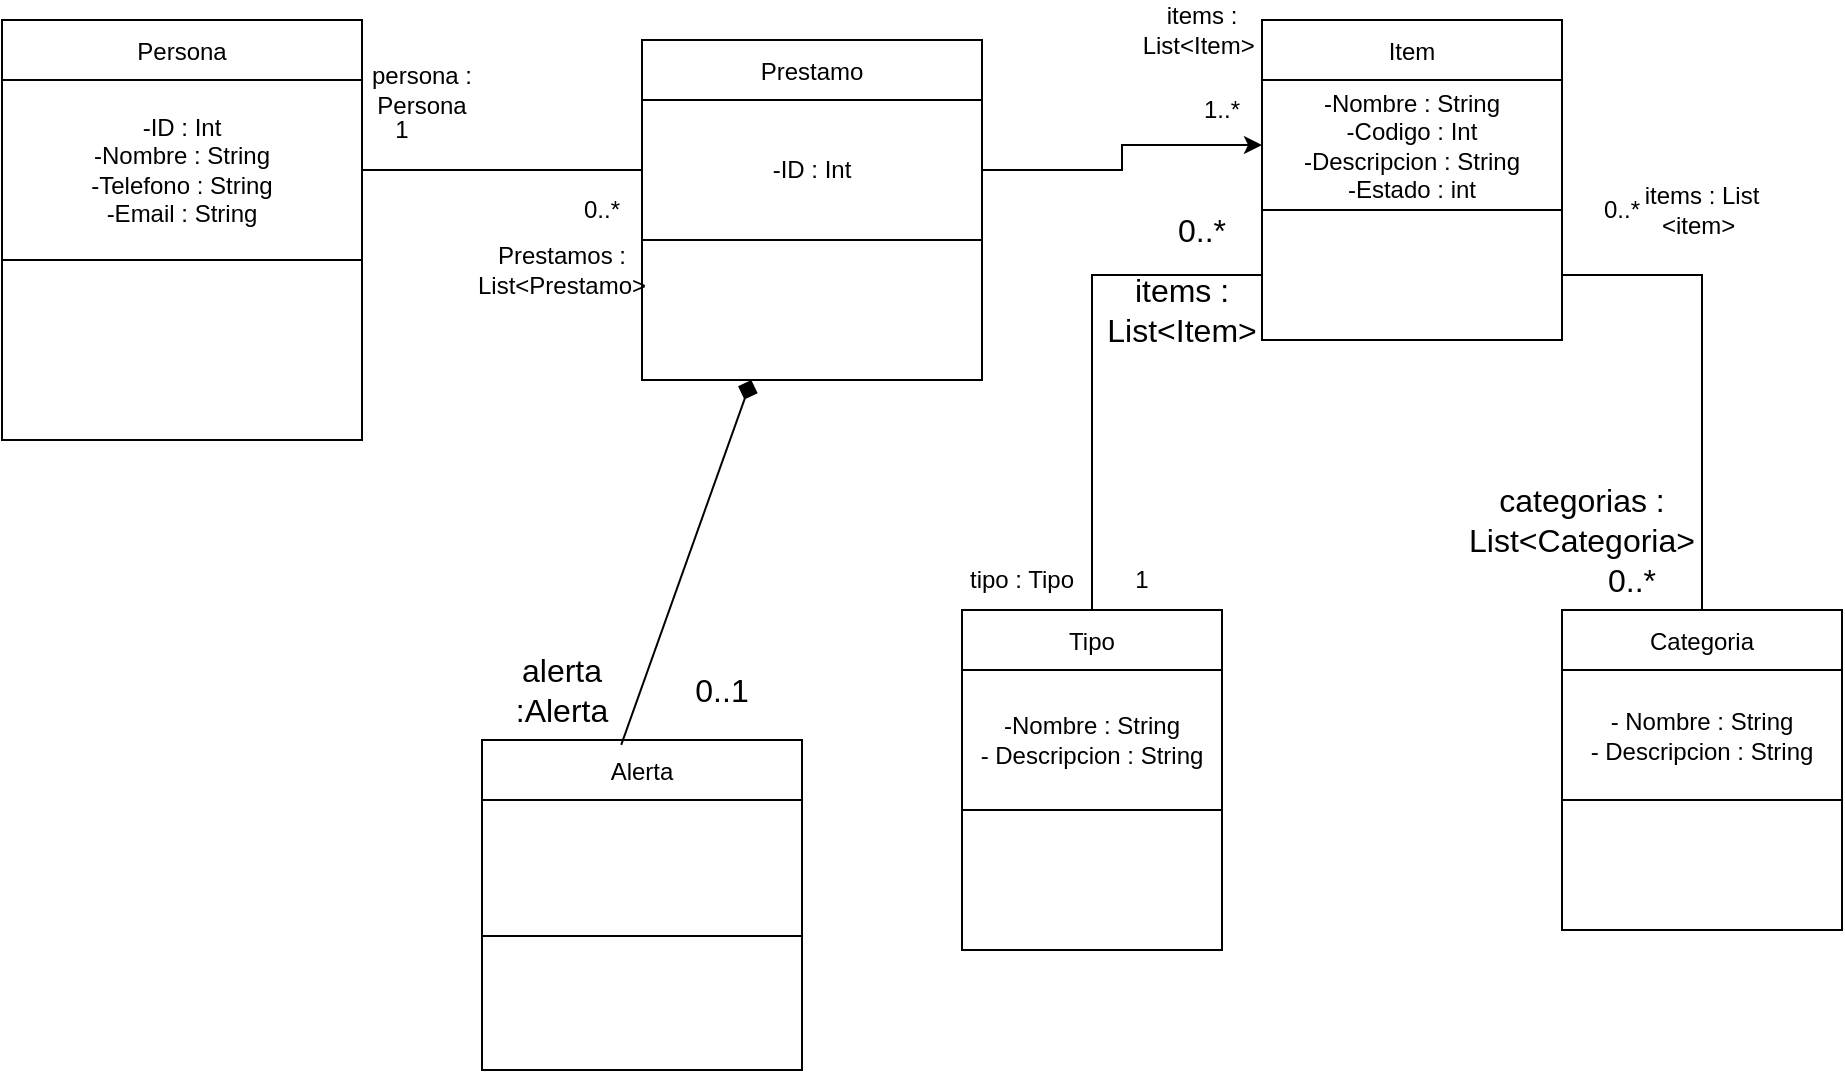
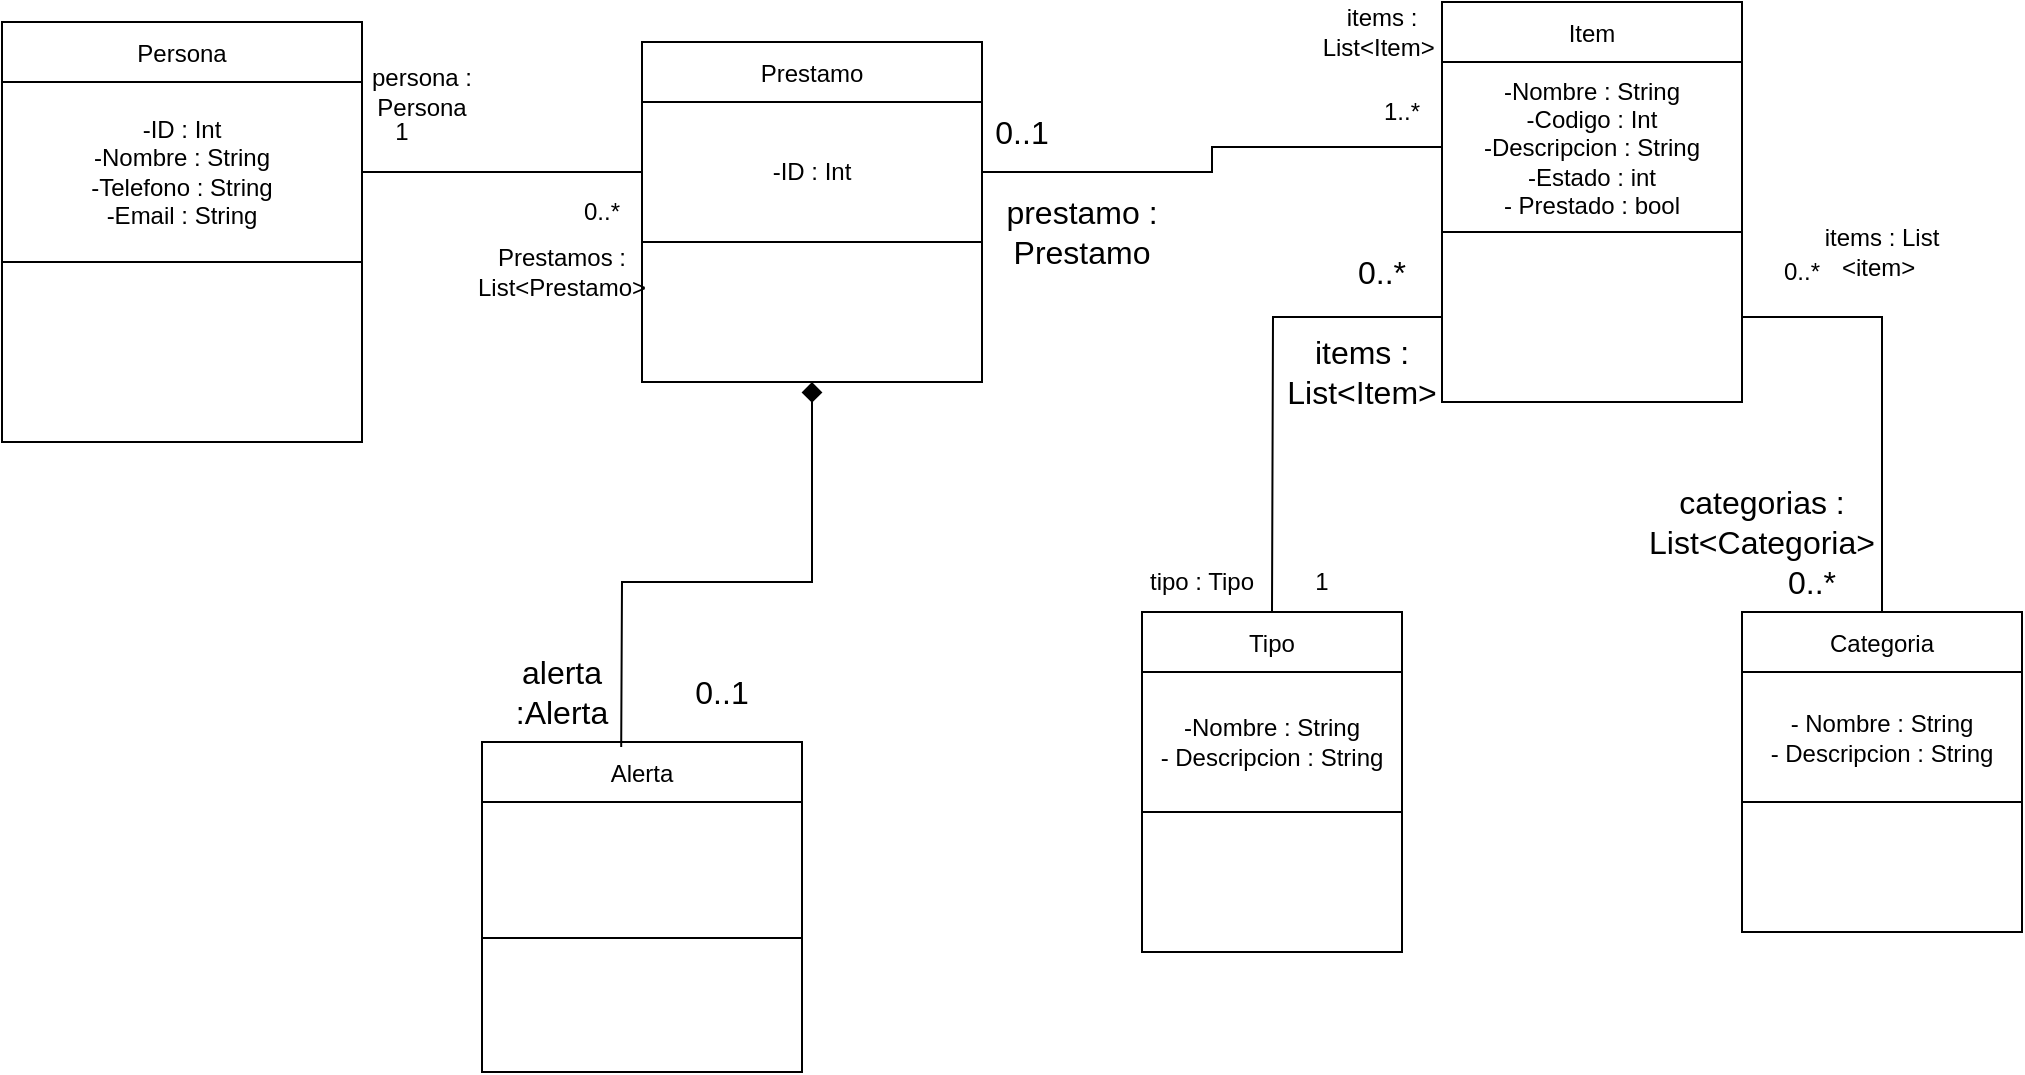
<mxfile host="app.diagrams.net">
  <diagram name="Página-1" id="gEKF-afSuJBGgSwqPxjD">
-     <mxGraphModel dx="419" dy="253" grid="1" gridSize="10" guides="1" tooltips="1" connect="1" arrows="1" fold="1" page="1" pageScale="1" pageWidth="827" pageHeight="1169" math="0" shadow="0">
+     <mxGraphModel dx="873" dy="748" grid="1" gridSize="10" guides="1" tooltips="1" connect="1" arrows="1" fold="1" page="1" pageScale="1" pageWidth="827" pageHeight="1169" math="0" shadow="0">
      <root>
        <mxCell id="0" />
        <mxCell id="1" parent="0" />
        <mxCell id="4vyR8nRWui6VSePEdvpd-1" parent="1" style="shape=table;startSize=30;container=1;collapsible=0;childLayout=tableLayout;fixedHeader=1;" value="Item" vertex="1">
-           <mxGeometry height="160" width="150" x="650" y="40" as="geometry" />
+           <mxGeometry height="200" width="150" x="740" y="30" as="geometry" />
        </mxCell>
        <mxCell id="4vyR8nRWui6VSePEdvpd-2" parent="4vyR8nRWui6VSePEdvpd-1" style="shape=tableRow;horizontal=0;startSize=0;swimlaneHead=0;swimlaneBody=0;strokeColor=inherit;top=0;left=0;bottom=0;right=0;collapsible=0;dropTarget=0;fillColor=none;points=[[0,0.5],[1,0.5]];portConstraint=eastwest;fixedHeader=1;" value="" vertex="1">
-           <mxGeometry height="65" width="150" y="30" as="geometry" />
-         </mxCell>
-         <mxCell id="4vyR8nRWui6VSePEdvpd-3" parent="4vyR8nRWui6VSePEdvpd-2" style="shape=partialRectangle;html=1;whiteSpace=wrap;connectable=0;strokeColor=inherit;overflow=hidden;fillColor=none;top=0;left=0;bottom=0;right=0;pointerEvents=1;" value="-Nombre : String&lt;div&gt;-Codigo : Int&lt;/div&gt;&lt;div&gt;-Descripcion : String&lt;br&gt;-Estado : int&lt;/div&gt;" vertex="1">
-           <mxGeometry height="65" width="150" as="geometry">
-             <mxRectangle height="65" width="150" as="alternateBounds" />
+           <mxGeometry height="85" width="150" y="30" as="geometry" />
+         </mxCell>
+         <mxCell id="4vyR8nRWui6VSePEdvpd-3" parent="4vyR8nRWui6VSePEdvpd-2" style="shape=partialRectangle;html=1;whiteSpace=wrap;connectable=0;strokeColor=inherit;overflow=hidden;fillColor=none;top=0;left=0;bottom=0;right=0;pointerEvents=1;" value="-Nombre : String&lt;div&gt;-Codigo : Int&lt;/div&gt;&lt;div&gt;-Descripcion : String&lt;br&gt;-Estado : int&lt;br&gt;- Prestado : bool&lt;/div&gt;" vertex="1">
+           <mxGeometry height="85" width="150" as="geometry">
+             <mxRectangle height="85" width="150" as="alternateBounds" />
          </mxGeometry>
        </mxCell>
        <mxCell id="4vyR8nRWui6VSePEdvpd-4" parent="4vyR8nRWui6VSePEdvpd-1" style="shape=tableRow;horizontal=0;startSize=0;swimlaneHead=0;swimlaneBody=0;strokeColor=inherit;top=0;left=0;bottom=0;right=0;collapsible=0;dropTarget=0;fillColor=none;points=[[0,0.5],[1,0.5]];portConstraint=eastwest;fixedHeader=1;" value="" vertex="1">
-           <mxGeometry height="65" width="150" y="95" as="geometry" />
+           <mxGeometry height="85" width="150" y="115" as="geometry" />
        </mxCell>
        <mxCell id="4vyR8nRWui6VSePEdvpd-5" parent="4vyR8nRWui6VSePEdvpd-4" style="shape=partialRectangle;html=1;whiteSpace=wrap;connectable=0;strokeColor=inherit;overflow=hidden;fillColor=none;top=0;left=0;bottom=0;right=0;pointerEvents=1;" value="" vertex="1">
-           <mxGeometry height="65" width="150" as="geometry">
-             <mxRectangle height="65" width="150" as="alternateBounds" />
+           <mxGeometry height="85" width="150" as="geometry">
+             <mxRectangle height="85" width="150" as="alternateBounds" />
          </mxGeometry>
        </mxCell>
        <mxCell id="4vyR8nRWui6VSePEdvpd-6" parent="1" style="shape=table;startSize=30;container=1;collapsible=0;childLayout=tableLayout;fixedHeader=1;" value="Persona" vertex="1">
          <mxGeometry height="210" width="180" x="20" y="40" as="geometry" />
        </mxCell>
        <mxCell id="4vyR8nRWui6VSePEdvpd-7" parent="4vyR8nRWui6VSePEdvpd-6" style="shape=tableRow;horizontal=0;startSize=0;swimlaneHead=0;swimlaneBody=0;strokeColor=inherit;top=0;left=0;bottom=0;right=0;collapsible=0;dropTarget=0;fillColor=none;points=[[0,0.5],[1,0.5]];portConstraint=eastwest;fixedHeader=1;" value="" vertex="1">
          <mxGeometry height="90" width="180" y="30" as="geometry" />
        </mxCell>
        <mxCell id="4vyR8nRWui6VSePEdvpd-8" parent="4vyR8nRWui6VSePEdvpd-7" style="shape=partialRectangle;html=1;whiteSpace=wrap;connectable=0;strokeColor=inherit;overflow=hidden;fillColor=none;top=0;left=0;bottom=0;right=0;pointerEvents=1;" value="-ID : Int&lt;div&gt;-Nombre : String&lt;br&gt;-Telefono : String&lt;br&gt;-Email : String&lt;/div&gt;" vertex="1">
          <mxGeometry height="90" width="180" as="geometry">
            <mxRectangle height="90" width="180" as="alternateBounds" />
          </mxGeometry>
        </mxCell>
        <mxCell id="4vyR8nRWui6VSePEdvpd-9" parent="4vyR8nRWui6VSePEdvpd-6" style="shape=tableRow;horizontal=0;startSize=0;swimlaneHead=0;swimlaneBody=0;strokeColor=inherit;top=0;left=0;bottom=0;right=0;collapsible=0;dropTarget=0;fillColor=none;points=[[0,0.5],[1,0.5]];portConstraint=eastwest;fixedHeader=1;" value="" vertex="1">
          <mxGeometry height="90" width="180" y="120" as="geometry" />
        </mxCell>
        <mxCell id="4vyR8nRWui6VSePEdvpd-10" parent="4vyR8nRWui6VSePEdvpd-9" style="shape=partialRectangle;html=1;whiteSpace=wrap;connectable=0;strokeColor=inherit;overflow=hidden;fillColor=none;top=0;left=0;bottom=0;right=0;pointerEvents=1;" value="" vertex="1">
          <mxGeometry height="90" width="180" as="geometry">
            <mxRectangle height="90" width="180" as="alternateBounds" />
          </mxGeometry>
        </mxCell>
        <mxCell id="4vyR8nRWui6VSePEdvpd-11" parent="1" style="shape=table;startSize=30;container=1;collapsible=0;childLayout=tableLayout;fixedHeader=1;" value="Tipo" vertex="1">
-           <mxGeometry height="170" width="130" x="500" y="335" as="geometry" />
+           <mxGeometry height="170" width="130" x="590" y="335" as="geometry" />
        </mxCell>
        <mxCell id="4vyR8nRWui6VSePEdvpd-12" parent="4vyR8nRWui6VSePEdvpd-11" style="shape=tableRow;horizontal=0;startSize=0;swimlaneHead=0;swimlaneBody=0;strokeColor=inherit;top=0;left=0;bottom=0;right=0;collapsible=0;dropTarget=0;fillColor=none;points=[[0,0.5],[1,0.5]];portConstraint=eastwest;fixedHeader=1;" value="" vertex="1">
          <mxGeometry height="70" width="130" y="30" as="geometry" />
        </mxCell>
        <mxCell id="4vyR8nRWui6VSePEdvpd-13" parent="4vyR8nRWui6VSePEdvpd-12" style="shape=partialRectangle;html=1;whiteSpace=wrap;connectable=0;strokeColor=inherit;overflow=hidden;fillColor=none;top=0;left=0;bottom=0;right=0;pointerEvents=1;" value="-Nombre : String&lt;br&gt;- Descripcion : String" vertex="1">
          <mxGeometry height="70" width="130" as="geometry">
            <mxRectangle height="70" width="130" as="alternateBounds" />
          </mxGeometry>
        </mxCell>
        <mxCell id="4vyR8nRWui6VSePEdvpd-14" parent="4vyR8nRWui6VSePEdvpd-11" style="shape=tableRow;horizontal=0;startSize=0;swimlaneHead=0;swimlaneBody=0;strokeColor=inherit;top=0;left=0;bottom=0;right=0;collapsible=0;dropTarget=0;fillColor=none;points=[[0,0.5],[1,0.5]];portConstraint=eastwest;fixedHeader=1;" value="" vertex="1">
          <mxGeometry height="70" width="130" y="100" as="geometry" />
        </mxCell>
        <mxCell id="4vyR8nRWui6VSePEdvpd-15" parent="4vyR8nRWui6VSePEdvpd-14" style="shape=partialRectangle;html=1;whiteSpace=wrap;connectable=0;strokeColor=inherit;overflow=hidden;fillColor=none;top=0;left=0;bottom=0;right=0;pointerEvents=1;" value="" vertex="1">
          <mxGeometry height="70" width="130" as="geometry">
            <mxRectangle height="70" width="130" as="alternateBounds" />
          </mxGeometry>
        </mxCell>
        <mxCell id="yxXcuck7RKNR2Met1NWS-10" edge="1" parent="1" source="4vyR8nRWui6VSePEdvpd-16" style="edgeStyle=orthogonalEdgeStyle;rounded=0;orthogonalLoop=1;jettySize=auto;html=1;entryX=1;entryY=0.5;entryDx=0;entryDy=0;endArrow=none;endFill=0;" target="4vyR8nRWui6VSePEdvpd-4">
          <mxGeometry relative="1" as="geometry">
-             <mxPoint x="730" y="210" as="targetPoint" />
+             <mxPoint x="820" y="210" as="targetPoint" />
          </mxGeometry>
        </mxCell>
        <mxCell id="4vyR8nRWui6VSePEdvpd-16" parent="1" style="shape=table;startSize=30;container=1;collapsible=0;childLayout=tableLayout;fixedHeader=1;" value="Categoria" vertex="1">
-           <mxGeometry height="160" width="140" x="800" y="335" as="geometry" />
+           <mxGeometry height="160" width="140" x="890" y="335" as="geometry" />
        </mxCell>
        <mxCell id="4vyR8nRWui6VSePEdvpd-17" parent="4vyR8nRWui6VSePEdvpd-16" style="shape=tableRow;horizontal=0;startSize=0;swimlaneHead=0;swimlaneBody=0;strokeColor=inherit;top=0;left=0;bottom=0;right=0;collapsible=0;dropTarget=0;fillColor=none;points=[[0,0.5],[1,0.5]];portConstraint=eastwest;fixedHeader=1;" value="" vertex="1">
          <mxGeometry height="65" width="140" y="30" as="geometry" />
        </mxCell>
        <mxCell id="4vyR8nRWui6VSePEdvpd-18" parent="4vyR8nRWui6VSePEdvpd-17" style="shape=partialRectangle;html=1;whiteSpace=wrap;connectable=0;strokeColor=inherit;overflow=hidden;fillColor=none;top=0;left=0;bottom=0;right=0;pointerEvents=1;" value="- Nombre : String&lt;br&gt;- Descripcion : String" vertex="1">
          <mxGeometry height="65" width="140" as="geometry">
            <mxRectangle height="65" width="140" as="alternateBounds" />
          </mxGeometry>
        </mxCell>
        <mxCell id="4vyR8nRWui6VSePEdvpd-19" parent="4vyR8nRWui6VSePEdvpd-16" style="shape=tableRow;horizontal=0;startSize=0;swimlaneHead=0;swimlaneBody=0;strokeColor=inherit;top=0;left=0;bottom=0;right=0;collapsible=0;dropTarget=0;fillColor=none;points=[[0,0.5],[1,0.5]];portConstraint=eastwest;fixedHeader=1;" value="" vertex="1">
          <mxGeometry height="65" width="140" y="95" as="geometry" />
        </mxCell>
        <mxCell id="4vyR8nRWui6VSePEdvpd-20" parent="4vyR8nRWui6VSePEdvpd-19" style="shape=partialRectangle;html=1;whiteSpace=wrap;connectable=0;strokeColor=inherit;overflow=hidden;fillColor=none;top=0;left=0;bottom=0;right=0;pointerEvents=1;" value="" vertex="1">
          <mxGeometry height="65" width="140" as="geometry">
            <mxRectangle height="65" width="140" as="alternateBounds" />
          </mxGeometry>
        </mxCell>
        <mxCell id="4vyR8nRWui6VSePEdvpd-21" parent="1" style="shape=table;startSize=30;container=1;collapsible=0;childLayout=tableLayout;fixedHeader=1;" value="Prestamo" vertex="1">
          <mxGeometry height="170" width="170" x="340" y="50" as="geometry" />
        </mxCell>
        <mxCell id="4vyR8nRWui6VSePEdvpd-22" parent="4vyR8nRWui6VSePEdvpd-21" style="shape=tableRow;horizontal=0;startSize=0;swimlaneHead=0;swimlaneBody=0;strokeColor=inherit;top=0;left=0;bottom=0;right=0;collapsible=0;dropTarget=0;fillColor=none;points=[[0,0.5],[1,0.5]];portConstraint=eastwest;fixedHeader=1;" value="" vertex="1">
          <mxGeometry height="70" width="170" y="30" as="geometry" />
        </mxCell>
        <mxCell id="4vyR8nRWui6VSePEdvpd-23" parent="4vyR8nRWui6VSePEdvpd-22" style="shape=partialRectangle;html=1;whiteSpace=wrap;connectable=0;strokeColor=inherit;overflow=hidden;fillColor=none;top=0;left=0;bottom=0;right=0;pointerEvents=1;" value="-ID : Int" vertex="1">
          <mxGeometry height="70" width="170" as="geometry">
            <mxRectangle height="70" width="170" as="alternateBounds" />
          </mxGeometry>
        </mxCell>
        <mxCell id="4vyR8nRWui6VSePEdvpd-24" parent="4vyR8nRWui6VSePEdvpd-21" style="shape=tableRow;horizontal=0;startSize=0;swimlaneHead=0;swimlaneBody=0;strokeColor=inherit;top=0;left=0;bottom=0;right=0;collapsible=0;dropTarget=0;fillColor=none;points=[[0,0.5],[1,0.5]];portConstraint=eastwest;fixedHeader=1;" value="" vertex="1">
          <mxGeometry height="70" width="170" y="100" as="geometry" />
        </mxCell>
        <mxCell id="4vyR8nRWui6VSePEdvpd-25" parent="4vyR8nRWui6VSePEdvpd-24" style="shape=partialRectangle;html=1;whiteSpace=wrap;connectable=0;strokeColor=inherit;overflow=hidden;fillColor=none;top=0;left=0;bottom=0;right=0;pointerEvents=1;" value="" vertex="1">
          <mxGeometry height="70" width="170" as="geometry">
            <mxRectangle height="70" width="170" as="alternateBounds" />
          </mxGeometry>
        </mxCell>
        <mxCell id="yxXcuck7RKNR2Met1NWS-1" edge="1" parent="1" source="4vyR8nRWui6VSePEdvpd-22" style="edgeStyle=orthogonalEdgeStyle;rounded=0;orthogonalLoop=1;jettySize=auto;html=1;entryX=1;entryY=0.5;entryDx=0;entryDy=0;startArrow=none;startFill=0;endArrow=none;endFill=0;" target="4vyR8nRWui6VSePEdvpd-7">
          <mxGeometry relative="1" as="geometry" />
        </mxCell>
        <mxCell id="yxXcuck7RKNR2Met1NWS-2" parent="1" style="text;html=1;whiteSpace=wrap;strokeColor=none;fillColor=none;align=center;verticalAlign=middle;rounded=0;" value="persona : Persona" vertex="1">
          <mxGeometry height="30" width="60" x="200" y="60" as="geometry" />
        </mxCell>
        <mxCell id="yxXcuck7RKNR2Met1NWS-3" parent="1" style="text;html=1;whiteSpace=wrap;strokeColor=none;fillColor=none;align=center;verticalAlign=middle;rounded=0;" value="1" vertex="1">
          <mxGeometry height="30" width="60" x="190" y="80" as="geometry" />
        </mxCell>
        <mxCell id="yxXcuck7RKNR2Met1NWS-4" parent="1" style="text;html=1;whiteSpace=wrap;strokeColor=none;fillColor=none;align=center;verticalAlign=middle;rounded=0;" value="Prestamos : List&amp;lt;Prestamo&amp;gt;" vertex="1">
          <mxGeometry height="30" width="60" x="270" y="150" as="geometry" />
        </mxCell>
        <mxCell id="yxXcuck7RKNR2Met1NWS-5" parent="1" style="text;html=1;whiteSpace=wrap;strokeColor=none;fillColor=none;align=center;verticalAlign=middle;rounded=0;" value="0..*" vertex="1">
          <mxGeometry height="30" width="60" x="290" y="120" as="geometry" />
        </mxCell>
-         <mxCell id="yxXcuck7RKNR2Met1NWS-6" edge="1" parent="1" source="4vyR8nRWui6VSePEdvpd-22" style="edgeStyle=orthogonalEdgeStyle;rounded=0;orthogonalLoop=1;jettySize=auto;html=1;" target="4vyR8nRWui6VSePEdvpd-2">
-           <mxGeometry relative="1" as="geometry" />
+         <mxCell id="yxXcuck7RKNR2Met1NWS-6" edge="1" parent="1" source="4vyR8nRWui6VSePEdvpd-22" style="edgeStyle=orthogonalEdgeStyle;rounded=0;orthogonalLoop=1;jettySize=auto;html=1;endArrow=none;endFill=0;exitX=1;exitY=0.5;exitDx=0;exitDy=0;" target="4vyR8nRWui6VSePEdvpd-2">
+           <mxGeometry relative="1" as="geometry">
+             <mxPoint x="600.0000000000002" y="114.99999999999989" as="sourcePoint" />
+           </mxGeometry>
        </mxCell>
        <mxCell id="yxXcuck7RKNR2Met1NWS-7" parent="1" style="text;html=1;whiteSpace=wrap;strokeColor=none;fillColor=none;align=center;verticalAlign=middle;rounded=0;" value="items : List&amp;lt;Item&amp;gt;&amp;nbsp;" vertex="1">
-           <mxGeometry height="30" width="60" x="590" y="30" as="geometry" />
+           <mxGeometry height="30" width="60" x="680" y="30" as="geometry" />
        </mxCell>
        <mxCell id="yxXcuck7RKNR2Met1NWS-8" parent="1" style="text;html=1;whiteSpace=wrap;strokeColor=none;fillColor=none;align=center;verticalAlign=middle;rounded=0;" value="1..*" vertex="1">
-           <mxGeometry height="30" width="60" x="600" y="70" as="geometry" />
-         </mxCell>
-         <mxCell id="yxXcuck7RKNR2Met1NWS-9" edge="1" parent="1" source="4vyR8nRWui6VSePEdvpd-4" style="edgeStyle=orthogonalEdgeStyle;rounded=0;orthogonalLoop=1;jettySize=auto;html=1;entryX=0.5;entryY=0;entryDx=0;entryDy=0;endArrow=none;endFill=0;" target="4vyR8nRWui6VSePEdvpd-11">
-           <mxGeometry relative="1" as="geometry" />
+           <mxGeometry height="30" width="60" x="690" y="70" as="geometry" />
+         </mxCell>
+         <mxCell id="yxXcuck7RKNR2Met1NWS-9" edge="1" parent="1" source="4vyR8nRWui6VSePEdvpd-4" style="edgeStyle=orthogonalEdgeStyle;rounded=0;orthogonalLoop=1;jettySize=auto;html=1;entryX=0.5;entryY=0;entryDx=0;entryDy=0;endArrow=none;endFill=0;">
+           <mxGeometry relative="1" as="geometry">
+             <mxPoint x="655.0000000000002" y="335" as="targetPoint" />
+           </mxGeometry>
        </mxCell>
        <mxCell id="yxXcuck7RKNR2Met1NWS-11" parent="1" style="text;html=1;whiteSpace=wrap;strokeColor=none;fillColor=none;align=center;verticalAlign=middle;rounded=0;" value="tipo : Tipo" vertex="1">
-           <mxGeometry height="30" width="60" x="500" y="305" as="geometry" />
+           <mxGeometry height="30" width="60" x="590" y="305" as="geometry" />
        </mxCell>
        <mxCell id="yxXcuck7RKNR2Met1NWS-12" parent="1" style="text;html=1;whiteSpace=wrap;strokeColor=none;fillColor=none;align=center;verticalAlign=middle;rounded=0;" value="1" vertex="1">
-           <mxGeometry height="30" width="60" x="560" y="305" as="geometry" />
+           <mxGeometry height="30" width="60" x="650" y="305" as="geometry" />
        </mxCell>
        <mxCell id="yxXcuck7RKNR2Met1NWS-13" parent="1" style="text;html=1;whiteSpace=wrap;strokeColor=none;fillColor=none;align=center;verticalAlign=middle;rounded=0;" value="&lt;span style=&quot;background-color: transparent; color: light-dark(rgb(0, 0, 0), rgb(255, 255, 255));&quot;&gt;items :&amp;nbsp;&lt;/span&gt;List &amp;lt;item&lt;span style=&quot;color: light-dark(rgb(0, 0, 0), rgb(255, 255, 255)); background-color: transparent;&quot;&gt;&amp;gt;&amp;nbsp;&lt;/span&gt;" vertex="1">
-           <mxGeometry height="30" width="60" x="840" y="120" as="geometry" />
+           <mxGeometry height="30" width="60" x="930" y="140" as="geometry" />
        </mxCell>
        <mxCell id="yxXcuck7RKNR2Met1NWS-14" parent="1" style="text;html=1;whiteSpace=wrap;strokeColor=none;fillColor=none;align=center;verticalAlign=middle;rounded=0;" value="0..*" vertex="1">
-           <mxGeometry height="30" width="60" x="800" y="120" as="geometry" />
+           <mxGeometry height="30" width="60" x="890" y="150" as="geometry" />
        </mxCell>
        <mxCell id="rHPK8QVkW1MpjsA3PCO0-1" parent="1" style="text;html=1;whiteSpace=wrap;strokeColor=none;fillColor=none;align=center;verticalAlign=middle;rounded=0;fontSize=16;" value="categorias : List&amp;lt;Categoria&amp;gt;" vertex="1">
-           <mxGeometry height="60" width="100" x="760" y="260" as="geometry" />
+           <mxGeometry height="60" width="100" x="850" y="260" as="geometry" />
        </mxCell>
        <mxCell id="rHPK8QVkW1MpjsA3PCO0-2" parent="1" style="text;html=1;whiteSpace=wrap;strokeColor=none;fillColor=none;align=center;verticalAlign=middle;rounded=0;fontSize=16;" value="0..*" vertex="1">
-           <mxGeometry height="30" width="70" x="800" y="305" as="geometry" />
+           <mxGeometry height="30" width="70" x="890" y="305" as="geometry" />
        </mxCell>
        <mxCell id="rHPK8QVkW1MpjsA3PCO0-3" parent="1" style="text;html=1;whiteSpace=wrap;strokeColor=none;fillColor=none;align=center;verticalAlign=middle;rounded=0;fontSize=16;" value="items : List&amp;lt;Item&amp;gt;" vertex="1">
-           <mxGeometry height="30" width="60" x="580" y="170" as="geometry" />
+           <mxGeometry height="30" width="60" x="670" y="200" as="geometry" />
        </mxCell>
        <mxCell id="rHPK8QVkW1MpjsA3PCO0-4" parent="1" style="text;html=1;whiteSpace=wrap;strokeColor=none;fillColor=none;align=center;verticalAlign=middle;rounded=0;fontSize=16;" value="0..*" vertex="1">
-           <mxGeometry height="30" width="60" x="590" y="130" as="geometry" />
+           <mxGeometry height="30" width="60" x="680" y="150" as="geometry" />
        </mxCell>
        <mxCell id="rHPK8QVkW1MpjsA3PCO0-5" parent="1" style="shape=table;startSize=30;container=1;collapsible=0;childLayout=tableLayout;fixedHeader=1;" value="Alerta" vertex="1">
          <mxGeometry height="165" width="160" x="260" y="400" as="geometry" />
        </mxCell>
        <mxCell id="rHPK8QVkW1MpjsA3PCO0-6" parent="rHPK8QVkW1MpjsA3PCO0-5" style="shape=tableRow;horizontal=0;startSize=0;swimlaneHead=0;swimlaneBody=0;strokeColor=inherit;top=0;left=0;bottom=0;right=0;collapsible=0;dropTarget=0;fillColor=none;points=[[0,0.5],[1,0.5]];portConstraint=eastwest;fixedHeader=1;" value="" vertex="1">
          <mxGeometry height="68" width="160" y="30" as="geometry" />
        </mxCell>
        <mxCell id="rHPK8QVkW1MpjsA3PCO0-7" parent="rHPK8QVkW1MpjsA3PCO0-6" style="shape=partialRectangle;html=1;whiteSpace=wrap;connectable=0;strokeColor=inherit;overflow=hidden;fillColor=none;top=0;left=0;bottom=0;right=0;pointerEvents=1;" value="" vertex="1">
          <mxGeometry height="68" width="160" as="geometry">
            <mxRectangle height="68" width="160" as="alternateBounds" />
          </mxGeometry>
        </mxCell>
        <mxCell id="rHPK8QVkW1MpjsA3PCO0-8" parent="rHPK8QVkW1MpjsA3PCO0-5" style="shape=tableRow;horizontal=0;startSize=0;swimlaneHead=0;swimlaneBody=0;strokeColor=inherit;top=0;left=0;bottom=0;right=0;collapsible=0;dropTarget=0;fillColor=none;points=[[0,0.5],[1,0.5]];portConstraint=eastwest;fixedHeader=1;" value="" vertex="1">
          <mxGeometry height="67" width="160" y="98" as="geometry" />
        </mxCell>
        <mxCell id="rHPK8QVkW1MpjsA3PCO0-9" parent="rHPK8QVkW1MpjsA3PCO0-8" style="shape=partialRectangle;html=1;whiteSpace=wrap;connectable=0;strokeColor=inherit;overflow=hidden;fillColor=none;top=0;left=0;bottom=0;right=0;pointerEvents=1;" value="" vertex="1">
          <mxGeometry height="67" width="160" as="geometry">
            <mxRectangle height="67" width="160" as="alternateBounds" />
          </mxGeometry>
        </mxCell>
-         <mxCell id="rHPK8QVkW1MpjsA3PCO0-10" edge="1" parent="1" source="4vyR8nRWui6VSePEdvpd-21" style="edgeStyle=none;curved=1;rounded=0;orthogonalLoop=1;jettySize=auto;html=1;fontSize=12;startSize=8;endSize=8;entryX=0.435;entryY=0.015;entryDx=0;entryDy=0;entryPerimeter=0;endArrow=none;endFill=0;startArrow=diamond;startFill=1;" target="rHPK8QVkW1MpjsA3PCO0-5">
-           <mxGeometry relative="1" as="geometry">
+         <mxCell id="rHPK8QVkW1MpjsA3PCO0-10" edge="1" parent="1" source="4vyR8nRWui6VSePEdvpd-21" style="edgeStyle=none;curved=0;rounded=0;orthogonalLoop=1;jettySize=auto;html=1;fontSize=12;startSize=8;endSize=8;entryX=0.435;entryY=0.015;entryDx=0;entryDy=0;entryPerimeter=0;endArrow=none;endFill=0;startArrow=diamond;startFill=1;" target="rHPK8QVkW1MpjsA3PCO0-5">
+           <mxGeometry relative="1" as="geometry">
+             <Array as="points">
+               <mxPoint x="425" y="320" />
+               <mxPoint x="330" y="320" />
+             </Array>
            <mxPoint x="390" y="400" as="targetPoint" />
          </mxGeometry>
        </mxCell>
        <mxCell id="rHPK8QVkW1MpjsA3PCO0-11" parent="1" style="text;html=1;whiteSpace=wrap;strokeColor=none;fillColor=none;align=center;verticalAlign=middle;rounded=0;fontSize=16;" value="alerta :Alerta" vertex="1">
          <mxGeometry height="30" width="60" x="270" y="360" as="geometry" />
        </mxCell>
        <mxCell id="rHPK8QVkW1MpjsA3PCO0-12" parent="1" style="text;html=1;whiteSpace=wrap;strokeColor=none;fillColor=none;align=center;verticalAlign=middle;rounded=0;fontSize=16;" value="0..1" vertex="1">
          <mxGeometry height="30" width="60" x="350" y="360" as="geometry" />
+         </mxCell>
+         <mxCell id="rHPK8QVkW1MpjsA3PCO0-17" parent="1" style="text;html=1;whiteSpace=wrap;strokeColor=none;fillColor=none;align=center;verticalAlign=middle;rounded=0;fontSize=16;" value="0..1" vertex="1">
+           <mxGeometry height="30" width="60" x="500" y="80" as="geometry" />
+         </mxCell>
+         <mxCell id="rHPK8QVkW1MpjsA3PCO0-18" parent="1" style="text;html=1;whiteSpace=wrap;strokeColor=none;fillColor=none;align=center;verticalAlign=middle;rounded=0;fontSize=16;" value="prestamo : Prestamo" vertex="1">
+           <mxGeometry height="30" width="80" x="520" y="130" as="geometry" />
        </mxCell>
      </root>
    </mxGraphModel>
  </diagram>
</mxfile>
